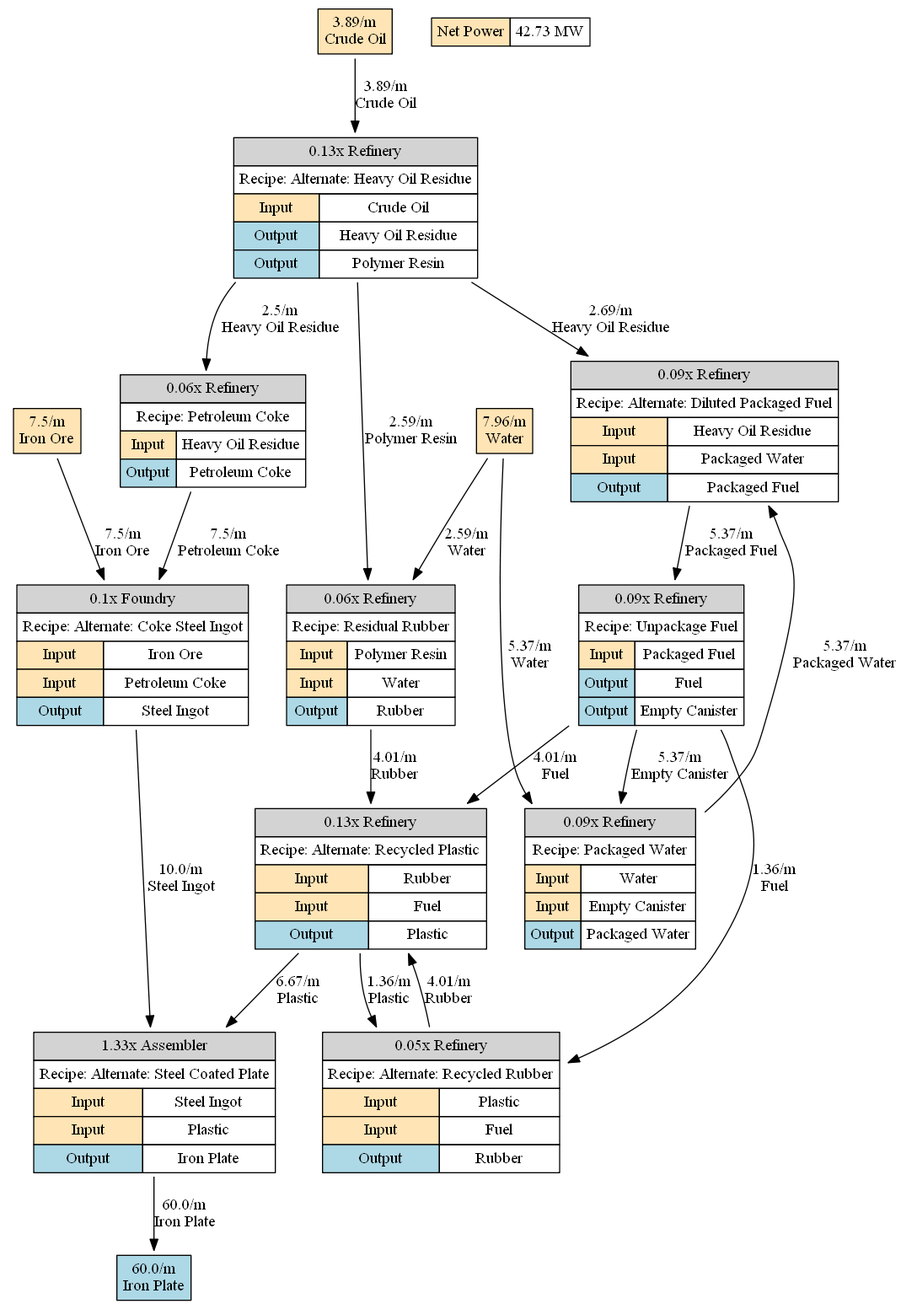
Earlier version of the Graphviz export output/output.gv.png (ScottJDaley/ada). Its source is kept beside it as output/output.gv.
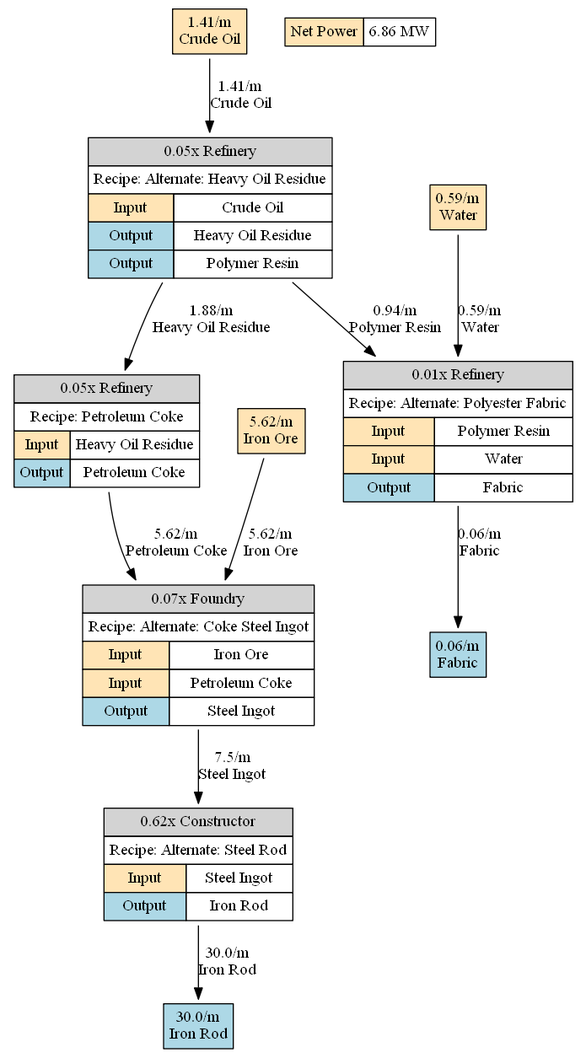
After the commit.

What changed in the source:
```diff
@@ -1,56 +1,32 @@
 digraph structs {
 	node [shape=record]
-	"item-iron-plate" [label=<<TABLE BORDER="0" CELLBORDER="1" CELLSPACING="0" CELLPADDING="4"><TR><TD COLSPAN="2" BGCOLOR="lightblue">60.0/m<BR/>Iron Plate</TD></TR></TABLE>> shape=plaintext]
-	"resource-water" [label=<<TABLE BORDER="0" CELLBORDER="1" CELLSPACING="0" CELLPADDING="4"><TR><TD COLSPAN="2" BGCOLOR="moccasin">7.96/m<BR/>Water</TD></TR></TABLE>> shape=plaintext]
-	"resource-iron-ore" [label=<<TABLE BORDER="0" CELLBORDER="1" CELLSPACING="0" CELLPADDING="4"><TR><TD COLSPAN="2" BGCOLOR="moccasin">7.5/m<BR/>Iron Ore</TD></TR></TABLE>> shape=plaintext]
-	"resource-crude-oil" [label=<<TABLE BORDER="0" CELLBORDER="1" CELLSPACING="0" CELLPADDING="4"><TR><TD COLSPAN="2" BGCOLOR="moccasin">3.89/m<BR/>Crude Oil</TD></TR></TABLE>> shape=plaintext]
-	"recipe-petroleum-coke" [label=<<TABLE BORDER="0" CELLBORDER="1" CELLSPACING="0" CELLPADDING="4"><TR><TD COLSPAN="2" BGCOLOR="lightgray">0.06x Refinery</TD></TR><TR><TD COLSPAN="2">Recipe: Petroleum Coke</TD></TR><TR><TD BGCOLOR="moccasin">Input</TD><TD>Heavy Oil Residue</TD></TR><TR><TD BGCOLOR="lightblue">Output</TD><TD>Petroleum Coke</TD></TR></TABLE>> shape=plaintext]
-	"recipe-residual-rubber" [label=<<TABLE BORDER="0" CELLBORDER="1" CELLSPACING="0" CELLPADDING="4"><TR><TD COLSPAN="2" BGCOLOR="lightgray">0.06x Refinery</TD></TR><TR><TD COLSPAN="2">Recipe: Residual Rubber</TD></TR><TR><TD BGCOLOR="moccasin">Input</TD><TD>Polymer Resin</TD></TR><TR><TD BGCOLOR="moccasin">Input</TD><TD>Water</TD></TR><TR><TD BGCOLOR="lightblue">Output</TD><TD>Rubber</TD></TR></TABLE>> shape=plaintext]
-	"recipe-alternate-coke-steel-ingot" [label=<<TABLE BORDER="0" CELLBORDER="1" CELLSPACING="0" CELLPADDING="4"><TR><TD COLSPAN="2" BGCOLOR="lightgray">0.1x Foundry</TD></TR><TR><TD COLSPAN="2">Recipe: Alternate: Coke Steel Ingot</TD></TR><TR><TD BGCOLOR="moccasin">Input</TD><TD>Iron Ore</TD></TR><TR><TD BGCOLOR="moccasin">Input</TD><TD>Petroleum Coke</TD></TR><TR><TD BGCOLOR="lightblue">Output</TD><TD>Steel Ingot</TD></TR></TABLE>> shape=plaintext]
-	"recipe-alternate-diluted-packaged-fuel" [label=<<TABLE BORDER="0" CELLBORDER="1" CELLSPACING="0" CELLPADDING="4"><TR><TD COLSPAN="2" BGCOLOR="lightgray">0.09x Refinery</TD></TR><TR><TD COLSPAN="2">Recipe: Alternate: Diluted Packaged Fuel</TD></TR><TR><TD BGCOLOR="moccasin">Input</TD><TD>Heavy Oil Residue</TD></TR><TR><TD BGCOLOR="moccasin">Input</TD><TD>Packaged Water</TD></TR><TR><TD BGCOLOR="lightblue">Output</TD><TD>Packaged Fuel</TD></TR></TABLE>> shape=plaintext]
-	"recipe-alternate-heavy-oil-residue" [label=<<TABLE BORDER="0" CELLBORDER="1" CELLSPACING="0" CELLPADDING="4"><TR><TD COLSPAN="2" BGCOLOR="lightgray">0.13x Refinery</TD></TR><TR><TD COLSPAN="2">Recipe: Alternate: Heavy Oil Residue</TD></TR><TR><TD BGCOLOR="moccasin">Input</TD><TD>Crude Oil</TD></TR><TR><TD BGCOLOR="lightblue">Output</TD><TD>Heavy Oil Residue</TD></TR><TR><TD BGCOLOR="lightblue">Output</TD><TD>Polymer Resin</TD></TR></TABLE>> shape=plaintext]
-	"recipe-alternate-recycled-rubber" [label=<<TABLE BORDER="0" CELLBORDER="1" CELLSPACING="0" CELLPADDING="4"><TR><TD COLSPAN="2" BGCOLOR="lightgray">0.05x Refinery</TD></TR><TR><TD COLSPAN="2">Recipe: Alternate: Recycled Rubber</TD></TR><TR><TD BGCOLOR="moccasin">Input</TD><TD>Plastic</TD></TR><TR><TD BGCOLOR="moccasin">Input</TD><TD>Fuel</TD></TR><TR><TD BGCOLOR="lightblue">Output</TD><TD>Rubber</TD></TR></TABLE>> shape=plaintext]
-	"recipe-alternate-steel-coated-plate" [label=<<TABLE BORDER="0" CELLBORDER="1" CELLSPACING="0" CELLPADDING="4"><TR><TD COLSPAN="2" BGCOLOR="lightgray">1.33x Assembler</TD></TR><TR><TD COLSPAN="2">Recipe: Alternate: Steel Coated Plate</TD></TR><TR><TD BGCOLOR="moccasin">Input</TD><TD>Steel Ingot</TD></TR><TR><TD BGCOLOR="moccasin">Input</TD><TD>Plastic</TD></TR><TR><TD BGCOLOR="lightblue">Output</TD><TD>Iron Plate</TD></TR></TABLE>> shape=plaintext]
-	"recipe-alternate-recycled-plastic" [label=<<TABLE BORDER="0" CELLBORDER="1" CELLSPACING="0" CELLPADDING="4"><TR><TD COLSPAN="2" BGCOLOR="lightgray">0.13x Refinery</TD></TR><TR><TD COLSPAN="2">Recipe: Alternate: Recycled Plastic</TD></TR><TR><TD BGCOLOR="moccasin">Input</TD><TD>Rubber</TD></TR><TR><TD BGCOLOR="moccasin">Input</TD><TD>Fuel</TD></TR><TR><TD BGCOLOR="lightblue">Output</TD><TD>Plastic</TD></TR></TABLE>> shape=plaintext]
-	"recipe-unpackage-fuel" [label=<<TABLE BORDER="0" CELLBORDER="1" CELLSPACING="0" CELLPADDING="4"><TR><TD COLSPAN="2" BGCOLOR="lightgray">0.09x Refinery</TD></TR><TR><TD COLSPAN="2">Recipe: Unpackage Fuel</TD></TR><TR><TD BGCOLOR="moccasin">Input</TD><TD>Packaged Fuel</TD></TR><TR><TD BGCOLOR="lightblue">Output</TD><TD>Fuel</TD></TR><TR><TD BGCOLOR="lightblue">Output</TD><TD>Empty Canister</TD></TR></TABLE>> shape=plaintext]
-	"recipe-packaged-water" [label=<<TABLE BORDER="0" CELLBORDER="1" CELLSPACING="0" CELLPADDING="4"><TR><TD COLSPAN="2" BGCOLOR="lightgray">0.09x Refinery</TD></TR><TR><TD COLSPAN="2">Recipe: Packaged Water</TD></TR><TR><TD BGCOLOR="moccasin">Input</TD><TD>Water</TD></TR><TR><TD BGCOLOR="moccasin">Input</TD><TD>Empty Canister</TD></TR><TR><TD BGCOLOR="lightblue">Output</TD><TD>Packaged Water</TD></TR></TABLE>> shape=plaintext]
-	power [label=<<TABLE BORDER="0" CELLBORDER="1" CELLSPACING="0" CELLPADDING="4"><TR><TD COLSPAN="2" BGCOLOR="moccasin">Net Power</TD><TD>42.73 MW</TD></TR></TABLE>> shape=plaintext]
-	"resource-water" -> "recipe-residual-rubber" [label="2.59/m
+	"item-iron-rod" [label=<<TABLE BORDER="0" CELLBORDER="1" CELLSPACING="0" CELLPADDING="4"><TR><TD COLSPAN="2" BGCOLOR="lightblue">30.0/m<BR/>Iron Rod</TD></TR></TABLE>> shape=plaintext]
+	"item-fabric" [label=<<TABLE BORDER="0" CELLBORDER="1" CELLSPACING="0" CELLPADDING="4"><TR><TD COLSPAN="2" BGCOLOR="lightblue">0.06/m<BR/>Fabric</TD></TR></TABLE>> shape=plaintext]
+	"resource-water" [label=<<TABLE BORDER="0" CELLBORDER="1" CELLSPACING="0" CELLPADDING="4"><TR><TD COLSPAN="2" BGCOLOR="moccasin">0.59/m<BR/>Water</TD></TR></TABLE>> shape=plaintext]
+	"resource-iron-ore" [label=<<TABLE BORDER="0" CELLBORDER="1" CELLSPACING="0" CELLPADDING="4"><TR><TD COLSPAN="2" BGCOLOR="moccasin">5.62/m<BR/>Iron Ore</TD></TR></TABLE>> shape=plaintext]
+	"resource-crude-oil" [label=<<TABLE BORDER="0" CELLBORDER="1" CELLSPACING="0" CELLPADDING="4"><TR><TD COLSPAN="2" BGCOLOR="moccasin">1.41/m<BR/>Crude Oil</TD></TR></TABLE>> shape=plaintext]
+	"recipe-petroleum-coke" [label=<<TABLE BORDER="0" CELLBORDER="1" CELLSPACING="0" CELLPADDING="4"><TR><TD COLSPAN="2" BGCOLOR="lightgray">0.05x Refinery</TD></TR><TR><TD COLSPAN="2">Recipe: Petroleum Coke</TD></TR><TR><TD BGCOLOR="moccasin">Input</TD><TD>Heavy Oil Residue</TD></TR><TR><TD BGCOLOR="lightblue">Output</TD><TD>Petroleum Coke</TD></TR></TABLE>> shape=plaintext]
+	"recipe-alternate-coke-steel-ingot" [label=<<TABLE BORDER="0" CELLBORDER="1" CELLSPACING="0" CELLPADDING="4"><TR><TD COLSPAN="2" BGCOLOR="lightgray">0.07x Foundry</TD></TR><TR><TD COLSPAN="2">Recipe: Alternate: Coke Steel Ingot</TD></TR><TR><TD BGCOLOR="moccasin">Input</TD><TD>Iron Ore</TD></TR><TR><TD BGCOLOR="moccasin">Input</TD><TD>Petroleum Coke</TD></TR><TR><TD BGCOLOR="lightblue">Output</TD><TD>Steel Ingot</TD></TR></TABLE>> shape=plaintext]
+	"recipe-alternate-heavy-oil-residue" [label=<<TABLE BORDER="0" CELLBORDER="1" CELLSPACING="0" CELLPADDING="4"><TR><TD COLSPAN="2" BGCOLOR="lightgray">0.05x Refinery</TD></TR><TR><TD COLSPAN="2">Recipe: Alternate: Heavy Oil Residue</TD></TR><TR><TD BGCOLOR="moccasin">Input</TD><TD>Crude Oil</TD></TR><TR><TD BGCOLOR="lightblue">Output</TD><TD>Heavy Oil Residue</TD></TR><TR><TD BGCOLOR="lightblue">Output</TD><TD>Polymer Resin</TD></TR></TABLE>> shape=plaintext]
+	"recipe-alternate-polyester-fabric" [label=<<TABLE BORDER="0" CELLBORDER="1" CELLSPACING="0" CELLPADDING="4"><TR><TD COLSPAN="2" BGCOLOR="lightgray">0.01x Refinery</TD></TR><TR><TD COLSPAN="2">Recipe: Alternate: Polyester Fabric</TD></TR><TR><TD BGCOLOR="moccasin">Input</TD><TD>Polymer Resin</TD></TR><TR><TD BGCOLOR="moccasin">Input</TD><TD>Water</TD></TR><TR><TD BGCOLOR="lightblue">Output</TD><TD>Fabric</TD></TR></TABLE>> shape=plaintext]
+	"recipe-alternate-steel-rod" [label=<<TABLE BORDER="0" CELLBORDER="1" CELLSPACING="0" CELLPADDING="4"><TR><TD COLSPAN="2" BGCOLOR="lightgray">0.62x Constructor</TD></TR><TR><TD COLSPAN="2">Recipe: Alternate: Steel Rod</TD></TR><TR><TD BGCOLOR="moccasin">Input</TD><TD>Steel Ingot</TD></TR><TR><TD BGCOLOR="lightblue">Output</TD><TD>Iron Rod</TD></TR></TABLE>> shape=plaintext]
+	power [label=<<TABLE BORDER="0" CELLBORDER="1" CELLSPACING="0" CELLPADDING="4"><TR><TD COLSPAN="2" BGCOLOR="moccasin">Net Power</TD><TD>6.86 MW</TD></TR></TABLE>> shape=plaintext]
+	"resource-water" -> "recipe-alternate-polyester-fabric" [label="0.59/m
 Water"]
-	"resource-water" -> "recipe-packaged-water" [label="5.37/m
-Water"]
-	"resource-iron-ore" -> "recipe-alternate-coke-steel-ingot" [label="7.5/m
+	"resource-iron-ore" -> "recipe-alternate-coke-steel-ingot" [label="5.62/m
 Iron Ore"]
-	"resource-crude-oil" -> "recipe-alternate-heavy-oil-residue" [label="3.89/m
+	"resource-crude-oil" -> "recipe-alternate-heavy-oil-residue" [label="1.41/m
 Crude Oil"]
-	"recipe-petroleum-coke" -> "recipe-alternate-coke-steel-ingot" [label="7.5/m
+	"recipe-petroleum-coke" -> "recipe-alternate-coke-steel-ingot" [label="5.62/m
 Petroleum Coke"]
-	"recipe-residual-rubber" -> "recipe-alternate-recycled-plastic" [label="4.01/m
-Rubber"]
-	"recipe-alternate-recycled-rubber" -> "recipe-alternate-recycled-plastic" [label="4.01/m
-Rubber"]
-	"recipe-alternate-coke-steel-ingot" -> "recipe-alternate-steel-coated-plate" [label="10.0/m
+	"recipe-alternate-coke-steel-ingot" -> "recipe-alternate-steel-rod" [label="7.5/m
 Steel Ingot"]
-	"recipe-alternate-diluted-packaged-fuel" -> "recipe-unpackage-fuel" [label="5.37/m
-Packaged Fuel"]
-	"recipe-alternate-heavy-oil-residue" -> "recipe-petroleum-coke" [label="2.5/m
+	"recipe-alternate-heavy-oil-residue" -> "recipe-petroleum-coke" [label="1.88/m
 Heavy Oil Residue"]
-	"recipe-alternate-heavy-oil-residue" -> "recipe-alternate-diluted-packaged-fuel" [label="2.69/m
-Heavy Oil Residue"]
-	"recipe-alternate-heavy-oil-residue" -> "recipe-residual-rubber" [label="2.59/m
+	"recipe-alternate-heavy-oil-residue" -> "recipe-alternate-polyester-fabric" [label="0.94/m
 Polymer Resin"]
-	"recipe-alternate-steel-coated-plate" -> "item-iron-plate" [label="60.0/m
-Iron Plate"]
-	"recipe-alternate-recycled-plastic" -> "recipe-alternate-recycled-rubber" [label="1.36/m
-Plastic"]
-	"recipe-alternate-recycled-plastic" -> "recipe-alternate-steel-coated-plate" [label="6.67/m
-Plastic"]
-	"recipe-unpackage-fuel" -> "recipe-alternate-recycled-rubber" [label="1.36/m
-Fuel"]
-	"recipe-unpackage-fuel" -> "recipe-alternate-recycled-plastic" [label="4.01/m
-Fuel"]
-	"recipe-unpackage-fuel" -> "recipe-packaged-water" [label="5.37/m
-Empty Canister"]
-	"recipe-packaged-water" -> "recipe-alternate-diluted-packaged-fuel" [label="5.37/m
-Packaged Water"]
+	"recipe-alternate-polyester-fabric" -> "item-fabric" [label="0.06/m
+Fabric"]
+	"recipe-alternate-steel-rod" -> "item-iron-rod" [label="30.0/m
+Iron Rod"]
 }
```
